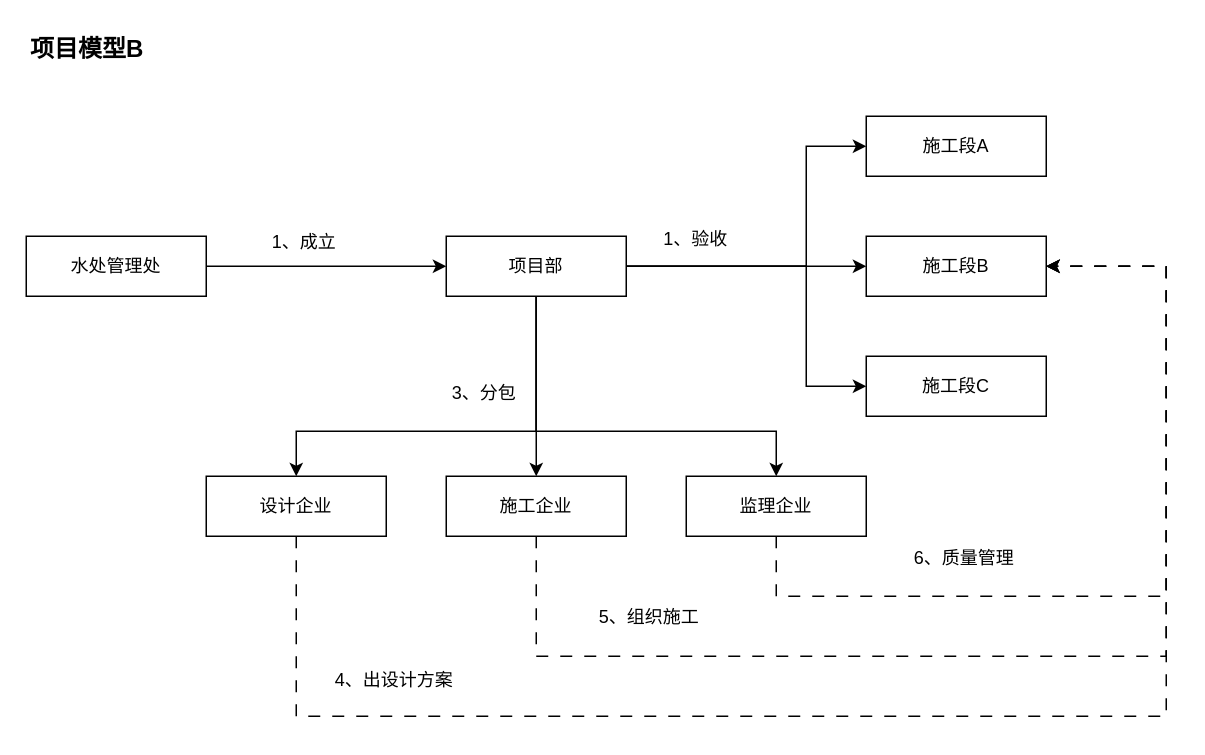
This is page "0003" (3 of 4) of src/main/work/zhonghuan/20231109095819.drawio from ab-doc/draw.io, a draw.io file, before an edit. Source tidied: cells renumbered, new cells numbered last; positions are measured from the earlier drawing's top-left corner, leaving out a move shared by most shapes. Both pictures are drawn from the tidied source at 150%, with x=0, y=0 at pixel (26, 26).
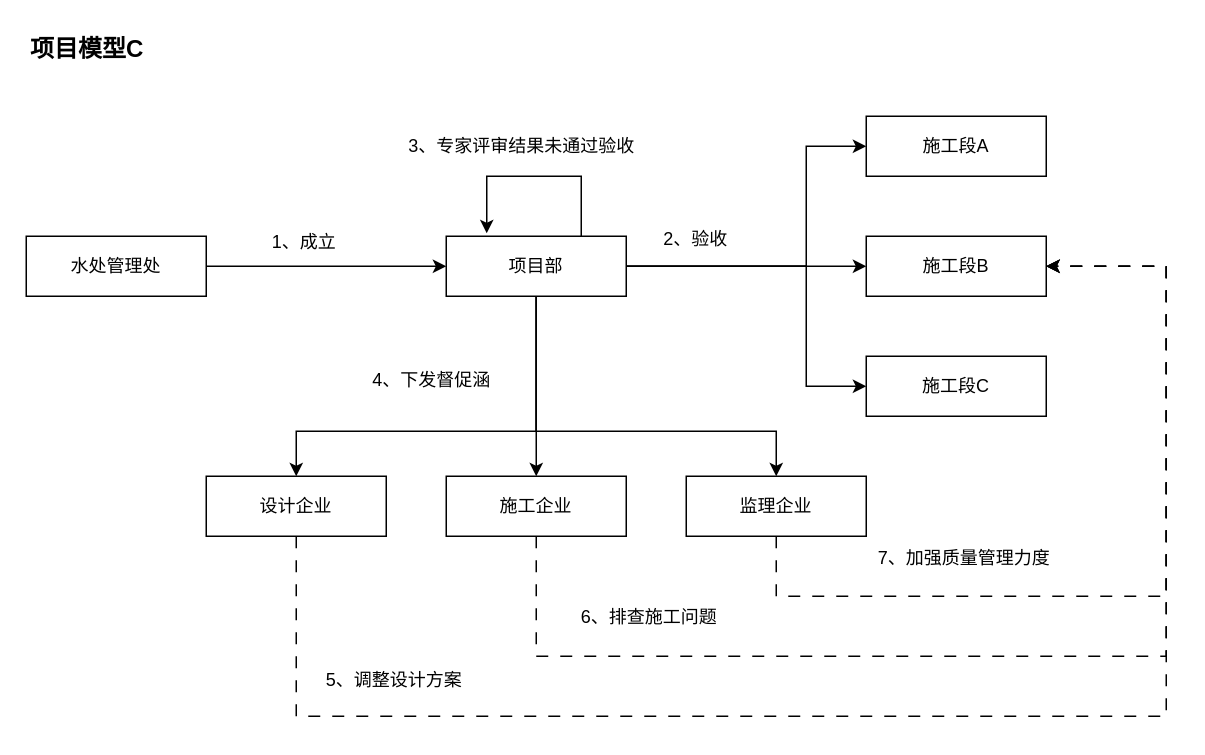
The same page after the edit.

Unchanged cells that the change refers to:
```xml
<mxCell id="10" value="项目部" style="rounded=0;whiteSpace=wrap;html=1;" parent="1" vertex="1">
  <mxGeometry x="280" y="140" width="120" height="40" as="geometry" />
</mxCell>
```

The edit, as a diff of the source:
```diff
@@
-    <mxCell id="2" value="&lt;b style=&quot;font-size: 16px;&quot;&gt;项目模型B&lt;/b&gt;" style="text;html=1;align=left;verticalAlign=middle;strokeColor=none;fillColor=none;fontSize=16;rounded=0;labelBackgroundColor=none;" parent="1" vertex="1">
+    <mxCell id="2" value="&lt;b style=&quot;font-size: 16px;&quot;&gt;项目模型C&lt;/b&gt;" style="text;html=1;align=left;verticalAlign=middle;strokeColor=none;fillColor=none;fontSize=16;rounded=0;labelBackgroundColor=none;" parent="1" vertex="1">
       <mxGeometry x="0.5" width="100" height="30" as="geometry" />
     </mxCell>
@@
+    <mxCell id="27" style="edgeStyle=orthogonalEdgeStyle;rounded=0;orthogonalLoop=1;jettySize=auto;html=1;exitX=0.75;exitY=0;exitDx=0;exitDy=0;entryX=0.225;entryY=-0.05;entryDx=0;entryDy=0;entryPerimeter=0;" parent="1" edge="1" source="10" target="10">
+      <mxGeometry relative="1" as="geometry">
+        <Array as="points">
+          <mxPoint x="370" y="100" />
+          <mxPoint x="307" y="100" />
+        </Array>
+      </mxGeometry>
+    </mxCell>
@@
-    <mxCell id="13" value="3、分包" style="text;html=1;align=center;verticalAlign=middle;strokeColor=none;fillColor=none;" parent="1" vertex="1">
-      <mxGeometry x="270" y="230" width="70" height="30" as="geometry" />
+    <mxCell id="13" value="4、下发督促涵" style="text;html=1;align=center;verticalAlign=middle;strokeColor=none;fillColor=none;" parent="1" vertex="1">
+      <mxGeometry x="220" y="221" width="100" height="30" as="geometry" />
     </mxCell>
@@
-    <mxCell id="23" value="1、验收" style="text;html=1;align=center;verticalAlign=middle;strokeColor=none;fillColor=none;" parent="1" vertex="1">
+    <mxCell id="23" value="2、验收" style="text;html=1;align=center;verticalAlign=middle;strokeColor=none;fillColor=none;" parent="1" vertex="1">
       <mxGeometry x="411" y="127" width="70" height="30" as="geometry" />
     </mxCell>
-    <mxCell id="24" value="4、出设计方案" style="text;html=1;align=center;verticalAlign=middle;strokeColor=none;fillColor=none;" parent="1" vertex="1">
-      <mxGeometry x="195" y="421" width="100" height="30" as="geometry" />
+    <mxCell id="24" value="5、调整设计方案" style="text;html=1;align=center;verticalAlign=middle;strokeColor=none;fillColor=none;" parent="1" vertex="1">
+      <mxGeometry x="190" y="421" width="110" height="30" as="geometry" />
     </mxCell>
-    <mxCell id="25" value="5、组织施工" style="text;html=1;align=center;verticalAlign=middle;strokeColor=none;fillColor=none;" parent="1" vertex="1">
-      <mxGeometry x="370" y="379" width="90" height="30" as="geometry" />
+    <mxCell id="25" value="6、排查施工问题" style="text;html=1;align=center;verticalAlign=middle;strokeColor=none;fillColor=none;" parent="1" vertex="1">
+      <mxGeometry x="360" y="379" width="110" height="30" as="geometry" />
     </mxCell>
-    <mxCell id="26" value="6、质量管理" style="text;html=1;align=center;verticalAlign=middle;strokeColor=none;fillColor=none;" parent="1" vertex="1">
-      <mxGeometry x="580" y="340" width="90" height="30" as="geometry" />
+    <mxCell id="26" value="7、加强质量管理力度" style="text;html=1;align=center;verticalAlign=middle;strokeColor=none;fillColor=none;" parent="1" vertex="1">
+      <mxGeometry x="555" y="340" width="140" height="30" as="geometry" />
     </mxCell>
+    <mxCell id="28" value="3、专家评审结果未通过验收" style="text;html=1;align=center;verticalAlign=middle;strokeColor=none;fillColor=none;" parent="1" vertex="1">
+      <mxGeometry x="245" y="65" width="170" height="30" as="geometry" />
+    </mxCell>
```
